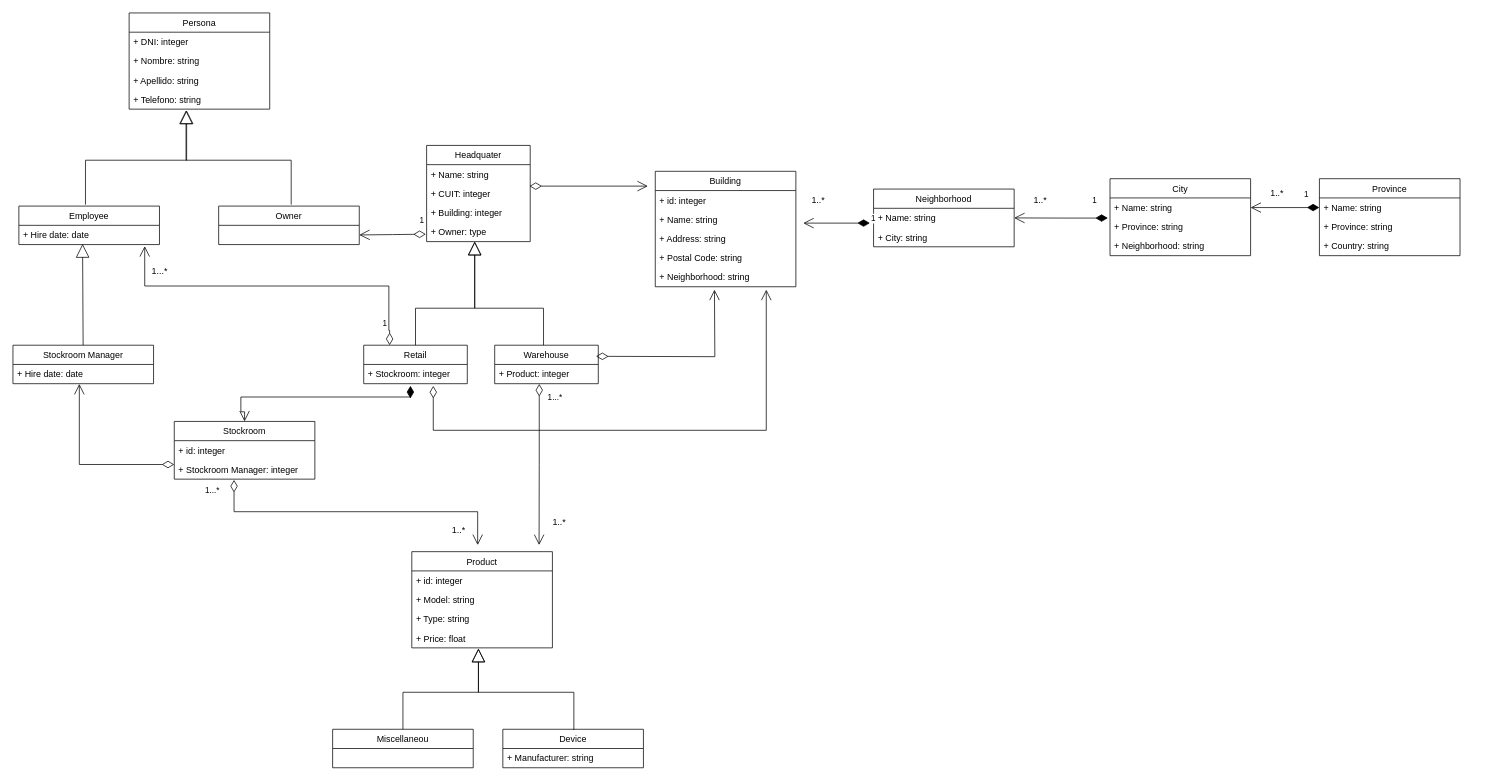
Earlier version of the draw.io diagram Business Documentation/AllFasion_UML.drawio (quiaf/NAYI-Stockroom). Source tidied: cells renumbered, new cells numbered last; positions are measured from the earlier drawing's top-left corner, leaving out a move shared by most shapes. Both pictures are drawn from the tidied source at 74%, with x=0, y=0 at pixel (13, 13).
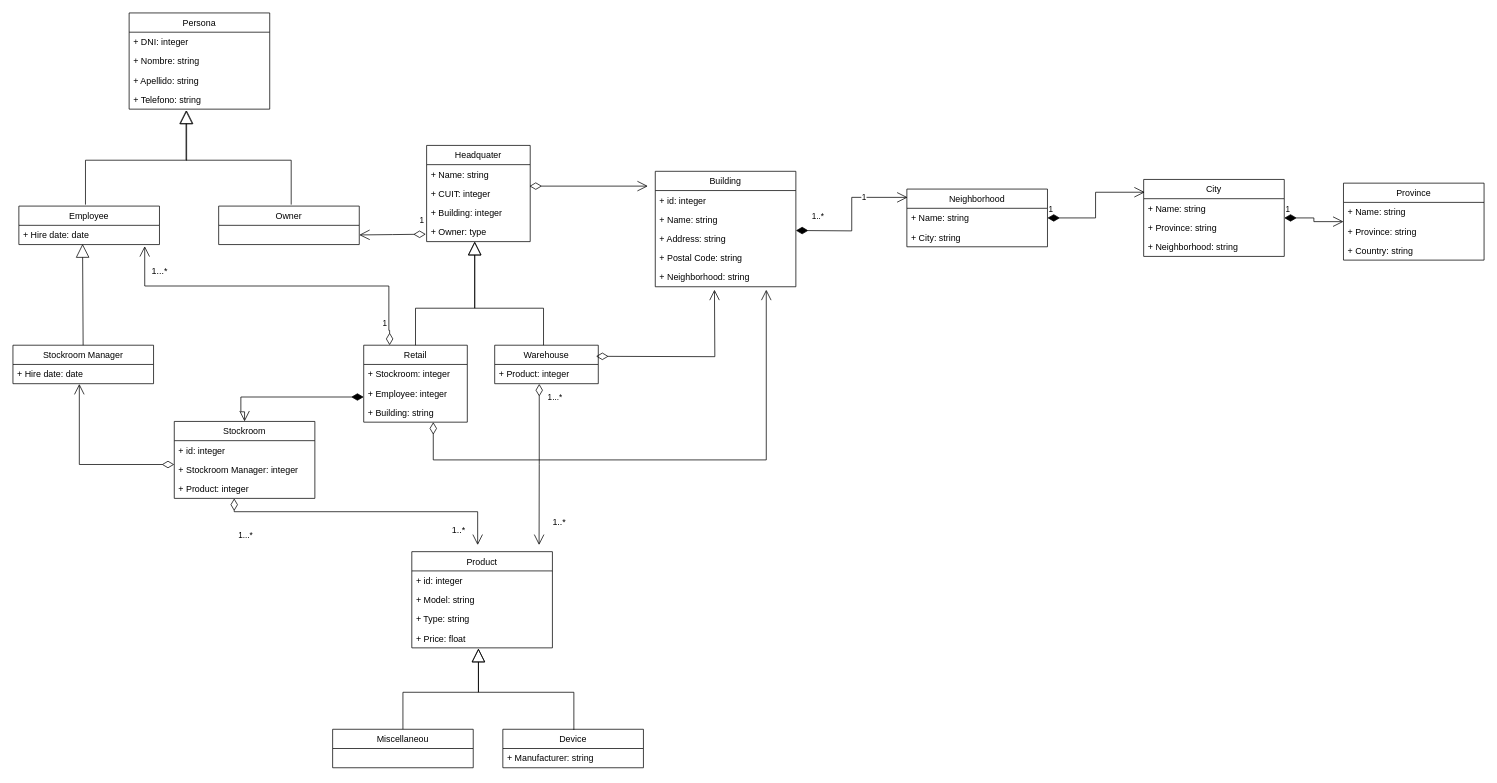
Above is the later version.

Unchanged cells that the change refers to:
```xml
<mxCell id="8" value="+ Stockroom: integer" style="text;strokeColor=none;fillColor=none;align=left;verticalAlign=top;spacingLeft=4;spacingRight=4;overflow=hidden;points=[[0,0.5],[1,0.5]];portConstraint=eastwest;" parent="7" vertex="1">
  <mxGeometry y="26" width="140" height="26" as="geometry" />
</mxCell>
<mxCell id="11" value="+ Stockroom Manager: integer" style="text;strokeColor=none;fillColor=none;align=left;verticalAlign=top;spacingLeft=4;spacingRight=4;overflow=hidden;points=[[0,0.5],[1,0.5]];portConstraint=eastwest;" parent="9" vertex="1">
  <mxGeometry y="52" width="190" height="26" as="geometry" />
</mxCell>
<mxCell id="37" value="+ Name: string" style="text;strokeColor=none;fillColor=none;align=left;verticalAlign=top;spacingLeft=4;spacingRight=4;overflow=hidden;points=[[0,0.5],[1,0.5]];portConstraint=eastwest;" parent="36" vertex="1">
  <mxGeometry y="26" width="190" height="26" as="geometry" />
</mxCell>
<mxCell id="41" value="+ Name: string" style="text;strokeColor=none;fillColor=none;align=left;verticalAlign=top;spacingLeft=4;spacingRight=4;overflow=hidden;points=[[0,0.5],[1,0.5]];portConstraint=eastwest;" parent="40" vertex="1">
  <mxGeometry y="26" width="190" height="26" as="geometry" />
</mxCell>
<mxCell id="69" value="+ Name: string" style="text;strokeColor=none;fillColor=none;align=left;verticalAlign=top;spacingLeft=4;spacingRight=4;overflow=hidden;points=[[0,0.5],[1,0.5]];portConstraint=eastwest;" parent="68" vertex="1">
  <mxGeometry y="26" width="190" height="26" as="geometry" />
</mxCell>
```

The edit, as a diff of the source:
```diff
@@
     <mxCell id="7" value="Retail" style="swimlane;fontStyle=0;horizontal=1;startSize=26;fillColor=none;" parent="1" vertex="1">
-      <mxGeometry x="474" y="449" width="140" height="52" as="geometry" />
+      <mxGeometry x="474" y="449" width="140" height="104" as="geometry" />
     </mxCell>
@@
+    <mxCell id="74" value="+ Employee: integer" style="text;strokeColor=none;fillColor=none;align=left;verticalAlign=top;spacingLeft=4;spacingRight=4;overflow=hidden;" parent="7" vertex="1">
+      <mxGeometry y="52" width="140" height="26" as="geometry" />
+    </mxCell>
+    <mxCell id="75" value="+ Building: string" style="text;strokeColor=none;fillColor=none;align=left;verticalAlign=top;spacingLeft=4;spacingRight=4;overflow=hidden;" parent="7" vertex="1">
+      <mxGeometry y="78" width="140" height="26" as="geometry" />
+    </mxCell>
     <mxCell id="9" value="Stockroom" style="swimlane;fontStyle=0;horizontal=1;startSize=26;fillColor=none;" parent="1" vertex="1">
-      <mxGeometry x="218" y="552" width="190" height="78" as="geometry" />
+      <mxGeometry x="218" y="552" width="190" height="104" as="geometry" />
     </mxCell>
@@
+    <mxCell id="76" value="+ Product: integer" style="text;strokeColor=none;fillColor=none;align=left;verticalAlign=top;spacingLeft=4;spacingRight=4;overflow=hidden;" parent="9" vertex="1">
+      <mxGeometry y="78" width="190" height="26" as="geometry" />
+    </mxCell>
@@
     <mxCell id="36" value="City" style="swimlane;fontStyle=0;horizontal=1;startSize=26;fillColor=none;" parent="1" vertex="1">
-      <mxGeometry x="1482.5" y="224" width="190" height="104" as="geometry" />
+      <mxGeometry x="1528" y="225" width="190" height="104" as="geometry" />
     </mxCell>
@@
     <mxCell id="40" value="Province" style="swimlane;fontStyle=0;horizontal=1;startSize=26;fillColor=none;" parent="1" vertex="1">
-      <mxGeometry x="1765.5" y="224" width="190" height="104" as="geometry" />
+      <mxGeometry x="1798" y="230" width="190" height="104" as="geometry" />
     </mxCell>
@@
-    <mxCell id="55" style="endArrow=open;html=1;endSize=12;startArrow=diamondThin;startSize=14;startFill=1;edgeStyle=orthogonalEdgeStyle;align=left;verticalAlign=bottom;rounded=0;exitX=0.451;exitY=1.111;exitDx=0;exitDy=0;exitPerimeter=0;entryX=0.5;entryY=0;entryDx=0;entryDy=0;" parent="1" edge="1" source="8" target="9">
+    <mxCell id="55" style="endArrow=open;html=1;endSize=12;startArrow=diamondThin;startSize=14;startFill=1;edgeStyle=orthogonalEdgeStyle;align=left;verticalAlign=bottom;rounded=0;entryX=0.5;entryY=0;entryDx=0;entryDy=0;" parent="1" edge="1" source="7" target="9">
       <mxGeometry x="-0.89" y="15" relative="1" as="geometry">
         <Array as="points">
-          <mxPoint x="537" y="519" />
           <mxPoint x="308" y="519" />
           <mxPoint x="308" y="539" />
           <mxPoint x="313" y="539" />
         </Array>
         <mxPoint x="1" as="offset" />
       </mxGeometry>
     </mxCell>
@@
-    <mxCell id="57" value="1...*" style="endArrow=open;html=1;endSize=12;startArrow=diamondThin;startSize=14;startFill=0;edgeStyle=orthogonalEdgeStyle;align=left;verticalAlign=bottom;rounded=0;exitX=0.425;exitY=1.04;exitDx=0;exitDy=0;exitPerimeter=0;" parent="1" edge="1" source="11">
+    <mxCell id="57" value="1...*" style="endArrow=open;html=1;endSize=12;startArrow=diamondThin;startSize=14;startFill=0;edgeStyle=orthogonalEdgeStyle;align=left;verticalAlign=bottom;rounded=0;" parent="1" edge="1" source="9">
       <mxGeometry x="-0.89" y="-41" relative="1" as="geometry">
         <mxPoint x="628" y="719" as="targetPoint" />
         <Array as="points">
           <mxPoint x="299" y="674" />
           <mxPoint x="628" y="674" />
         </Array>
       </mxGeometry>
     </mxCell>
@@
-    <mxCell id="59" value="1" style="endArrow=open;html=1;endSize=12;startArrow=diamondThin;startSize=14;startFill=1;edgeStyle=orthogonalEdgeStyle;align=left;verticalAlign=bottom;rounded=0;entryX=1;entryY=0.5;entryDx=0;entryDy=0;exitX=0;exitY=0.5;exitDx=0;exitDy=0;" parent="1" edge="1" source="41" target="37">
-      <mxGeometry x="-0.5" y="-9" relative="1" as="geometry" />
-    </mxCell>
-    <mxCell id="60" value="1" style="endArrow=open;html=1;endSize=12;startArrow=diamondThin;startSize=14;startFill=1;edgeStyle=orthogonalEdgeStyle;align=left;verticalAlign=bottom;rounded=0;entryX=1;entryY=0.5;entryDx=0;entryDy=0;exitX=-0.015;exitY=1.046;exitDx=0;exitDy=0;exitPerimeter=0;" parent="1" edge="1" source="37" target="69">
-      <mxGeometry x="-0.64" y="-15" relative="1" as="geometry" />
-    </mxCell>
@@
-    <mxCell id="63" style="endArrow=open;html=1;endSize=12;startArrow=diamondThin;startSize=14;startFill=0;edgeStyle=orthogonalEdgeStyle;align=left;verticalAlign=bottom;rounded=0;" parent="1" edge="1">
+    <mxCell id="63" style="endArrow=open;html=1;endSize=12;startArrow=diamondThin;startSize=14;startFill=0;edgeStyle=orthogonalEdgeStyle;align=left;verticalAlign=bottom;rounded=0;" parent="1" edge="1" source="7">
       <mxGeometry x="-0.94" y="10" relative="1" as="geometry">
-        <mxPoint x="568" y="504" as="sourcePoint" />
         <mxPoint x="1018" y="374" as="targetPoint" />
         <Array as="points">
-          <mxPoint x="568" y="564" />
-          <mxPoint x="1018" y="564" />
+          <mxPoint x="568" y="604" />
+          <mxPoint x="1018" y="604" />
         </Array>
       </mxGeometry>
     </mxCell>
@@
-    <mxCell id="67" value="1..*" style="text;html=1;align=center;verticalAlign=middle;strokeColor=none;fillColor=none;" parent="1" vertex="1">
-      <mxGeometry x="1368" y="238" width="40" height="30" as="geometry" />
-    </mxCell>
     <mxCell id="68" value="Neighborhood" style="swimlane;fontStyle=0;horizontal=1;startSize=26;fillColor=none;" parent="1" vertex="1">
-      <mxGeometry x="1163" y="238" width="190" height="78" as="geometry" />
+      <mxGeometry x="1208" y="238" width="190" height="78" as="geometry" />
     </mxCell>
@@
-    <mxCell id="71" value="1..*" style="text;html=1;align=center;verticalAlign=middle;strokeColor=none;fillColor=none;" parent="1" vertex="1">
-      <mxGeometry x="1688" y="229" width="40" height="30" as="geometry" />
-    </mxCell>
-    <mxCell id="72" value="1..*" style="text;html=1;align=center;verticalAlign=middle;strokeColor=none;fillColor=none;" parent="1" vertex="1">
-      <mxGeometry x="1068" y="238" width="40" height="30" as="geometry" />
-    </mxCell>
+    <mxCell id="77" value="1..*" style="endArrow=open;html=1;endSize=12;startArrow=diamondThin;startSize=14;startFill=1;edgeStyle=orthogonalEdgeStyle;align=left;verticalAlign=bottom;rounded=0;entryX=0.005;entryY=0.144;entryDx=0;entryDy=0;entryPerimeter=0;" parent="1" edge="1" target="68">
+      <mxGeometry x="-0.8" y="10" relative="1" as="geometry">
+        <mxPoint x="1058" y="294" as="sourcePoint" />
+      </mxGeometry>
+    </mxCell>
+    <mxCell id="78" value="1" style="edgeLabel;html=1;align=center;verticalAlign=middle;" parent="77" vertex="1">
+      <mxGeometry x="0.4" y="1" relative="1" as="geometry" />
+    </mxCell>
+    <mxCell id="79" value="1" style="endArrow=open;html=1;endSize=12;startArrow=diamondThin;startSize=14;startFill=1;edgeStyle=orthogonalEdgeStyle;align=left;verticalAlign=bottom;rounded=0;entryX=0.008;entryY=0.166;entryDx=0;entryDy=0;entryPerimeter=0;" parent="1" edge="1" source="68" target="36">
+      <mxGeometry x="-1" y="3" relative="1" as="geometry" />
+    </mxCell>
-    <mxCell id="73" value="1" style="endArrow=open;html=1;endSize=12;startArrow=diamondThin;startSize=14;startFill=1;edgeStyle=orthogonalEdgeStyle;align=left;verticalAlign=bottom;rounded=0;" parent="1" edge="1">
-      <mxGeometry x="-1" y="3" relative="1" as="geometry">
-        <mxPoint x="1158" y="284" as="sourcePoint" />
-        <mxPoint x="1068" y="284" as="targetPoint" />
-      </mxGeometry>
+    <mxCell id="73" value="1" style="endArrow=open;html=1;endSize=12;startArrow=diamondThin;startSize=14;startFill=1;edgeStyle=orthogonalEdgeStyle;align=left;verticalAlign=bottom;rounded=0;" parent="1" edge="1" source="36" target="40">
+      <mxGeometry x="-1" y="3" relative="1" as="geometry" />
     </mxCell>
```
